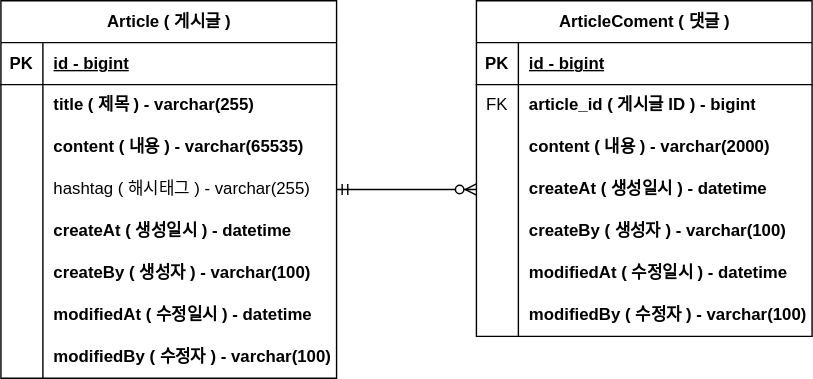
Above: document/proejct-board-erd.svg in flashrifle/project-board (draw.io), before the change. Source tidied: cells renumbered, new cells last; positions are measured from the earlier drawing's top-left corner, leaving out a move shared by most shapes.
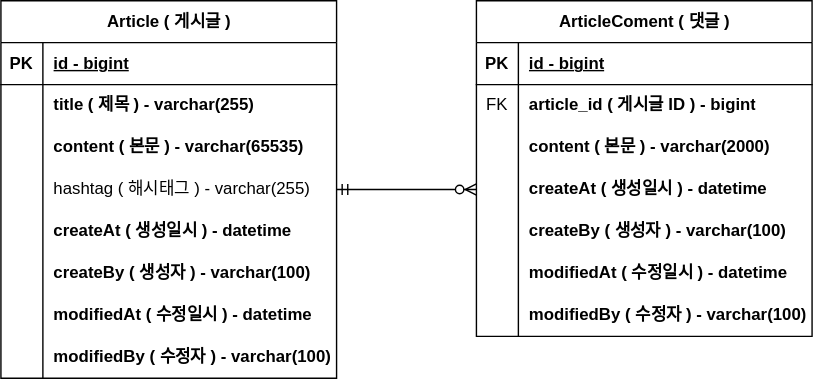
Later version of the same file.

Commit message:
#8 - ERD 주석업데이트: proejct-board-erd.svg

Diff of the diagram source:
```diff
@@ -29,7 +29,7 @@
     <mxCell id="10" style="shape=partialRectangle;fillColor=none;top=0;left=0;bottom=0;right=0;overflow=hidden;whiteSpace=wrap;html=1;" parent="9" vertex="1">
       <mxGeometry width="30" height="30" as="geometry" />
     </mxCell>
-    <mxCell id="11" value="content ( 내용 ) - varchar(65535)" style="shape=partialRectangle;fillColor=none;top=0;left=0;bottom=0;right=0;align=left;spacingLeft=6;overflow=hidden;whiteSpace=wrap;html=1;fontStyle=1;" parent="9" vertex="1">
+    <mxCell id="11" value="content ( 본문 ) - varchar(65535)" style="shape=partialRectangle;fillColor=none;top=0;left=0;bottom=0;right=0;align=left;spacingLeft=6;overflow=hidden;whiteSpace=wrap;html=1;fontStyle=1;" parent="9" vertex="1">
       <mxGeometry x="30" width="210" height="30" as="geometry" />
     </mxCell>
     <mxCell id="12" style="shape=tableRow;horizontal=0;startSize=0;swimlaneHead=0;swimlaneBody=0;fillColor=none;points=[[0,0.5],[1,0.5]];portConstraint=eastwest;top=0;left=0;right=0;bottom=0;" parent="2" vertex="1">
@@ -104,7 +104,7 @@
     <mxCell id="35" style="shape=partialRectangle;fillColor=none;top=0;left=0;bottom=0;right=0;overflow=hidden;whiteSpace=wrap;html=1;" parent="34" vertex="1">
       <mxGeometry width="30" height="30" as="geometry" />
     </mxCell>
-    <mxCell id="36" value="content ( 내용 ) - varchar(2000)" style="shape=partialRectangle;fillColor=none;top=0;left=0;bottom=0;right=0;align=left;spacingLeft=6;overflow=hidden;whiteSpace=wrap;html=1;fontStyle=1;" parent="34" vertex="1">
+    <mxCell id="36" value="content ( 본문 ) - varchar(2000)" style="shape=partialRectangle;fillColor=none;top=0;left=0;bottom=0;right=0;align=left;spacingLeft=6;overflow=hidden;whiteSpace=wrap;html=1;fontStyle=1;" parent="34" vertex="1">
       <mxGeometry x="30" width="210" height="30" as="geometry" />
     </mxCell>
     <mxCell id="37" style="shape=tableRow;horizontal=0;startSize=0;swimlaneHead=0;swimlaneBody=0;fillColor=none;points=[[0,0.5],[1,0.5]];portConstraint=eastwest;top=0;left=0;right=0;bottom=0;" parent="27" vertex="1">
```
